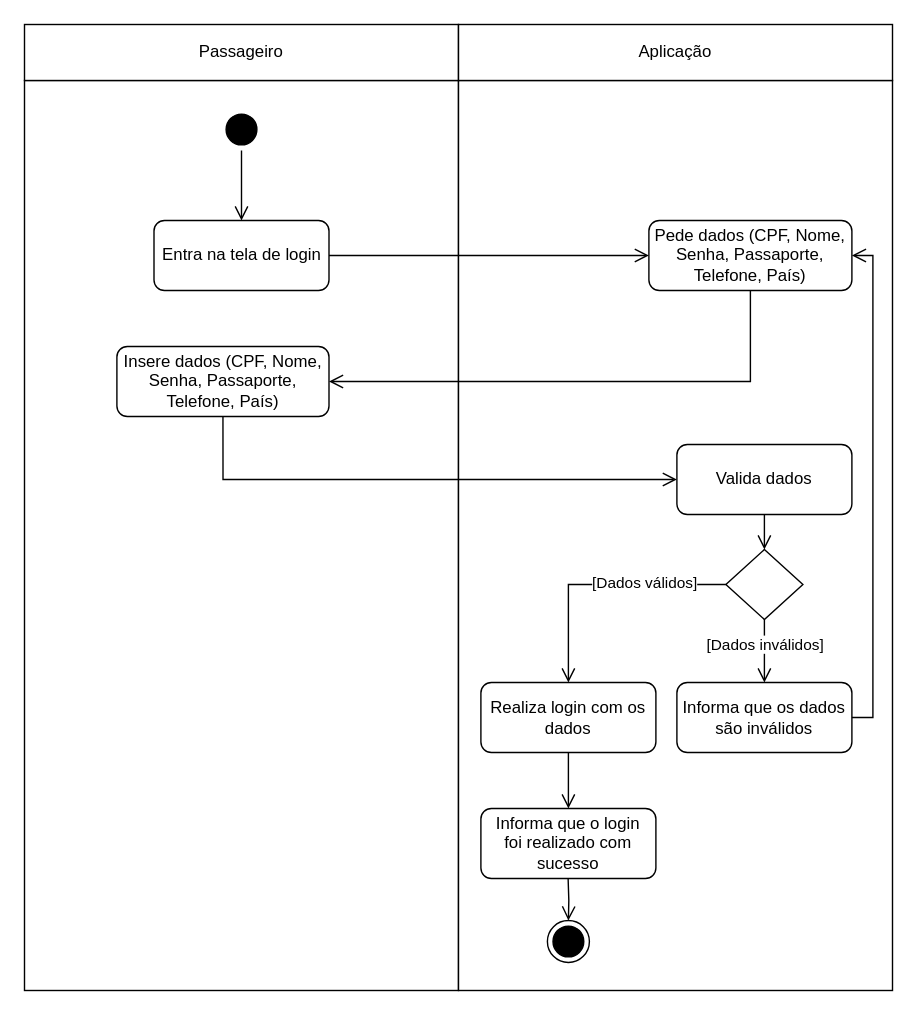
GabrielGMori/trabalho-conclus-o-ano keeps this draw.io diagram as Diagramas/Eng_de_Software/Modelos/Atividade/Autenticar_Passageiro.drawio. Above is the earlier version. Source tidied: cells renumbered, new cells numbered last; positions are measured from the earlier drawing's top-left corner, leaving out a move shared by most shapes. Both pictures are drawn from the tidied source at 140%, with x=0, y=0 at pixel (24, 24).
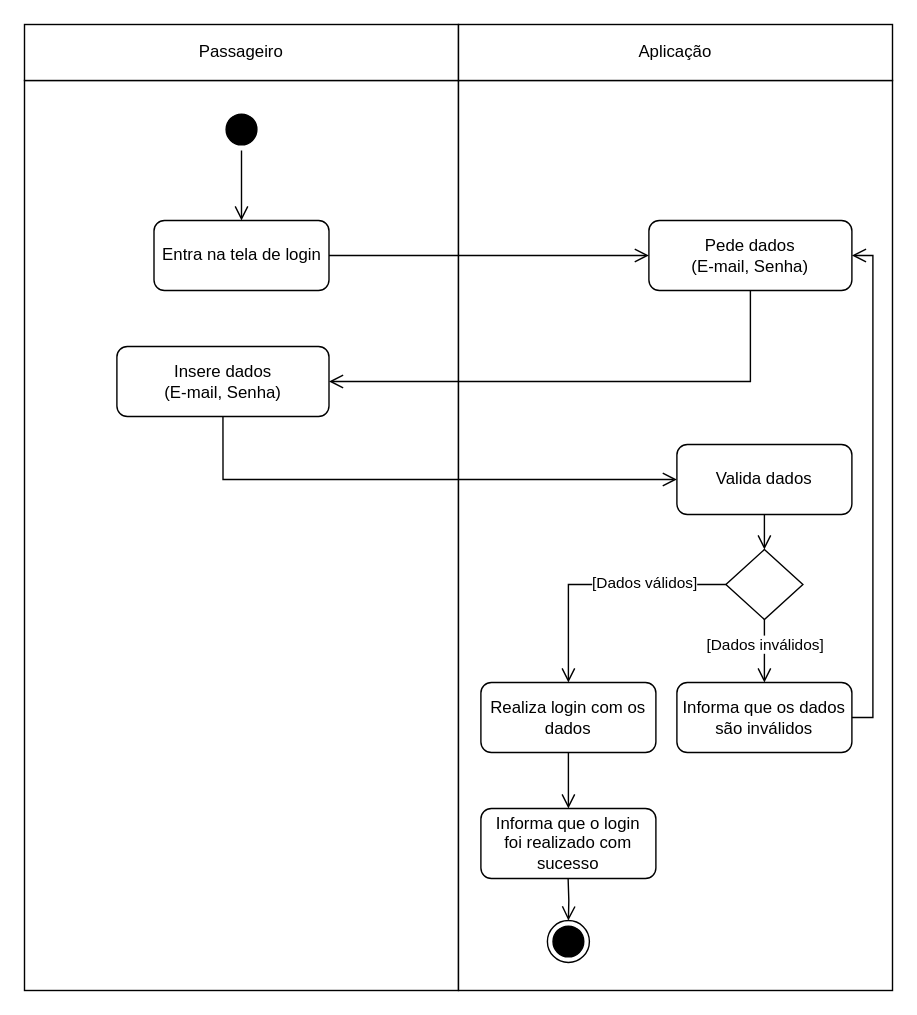
Above is the later version.

Change to the diagram source:
```diff
@@
-    <mxCell id="9" value="Pede dados (CPF, Nome, Senha, Passaporte, Telefone, País)" style="rounded=1;whiteSpace=wrap;html=1;" parent="1" vertex="1">
+    <mxCell id="9" value="Pede dados &lt;br&gt;(E-mail, Senha)" style="rounded=1;whiteSpace=wrap;html=1;" parent="1" vertex="1">
       <mxGeometry x="446" y="140" width="145" height="50" as="geometry" />
     </mxCell>
@@
-    <mxCell id="11" value="Insere dados (CPF, Nome, Senha, Passaporte, Telefone, País)" style="rounded=1;whiteSpace=wrap;html=1;" parent="1" vertex="1">
+    <mxCell id="11" value="Insere dados &lt;br&gt;(E-mail, Senha)" style="rounded=1;whiteSpace=wrap;html=1;" parent="1" vertex="1">
       <mxGeometry x="66" y="230" width="151.5" height="50" as="geometry" />
     </mxCell>
```
